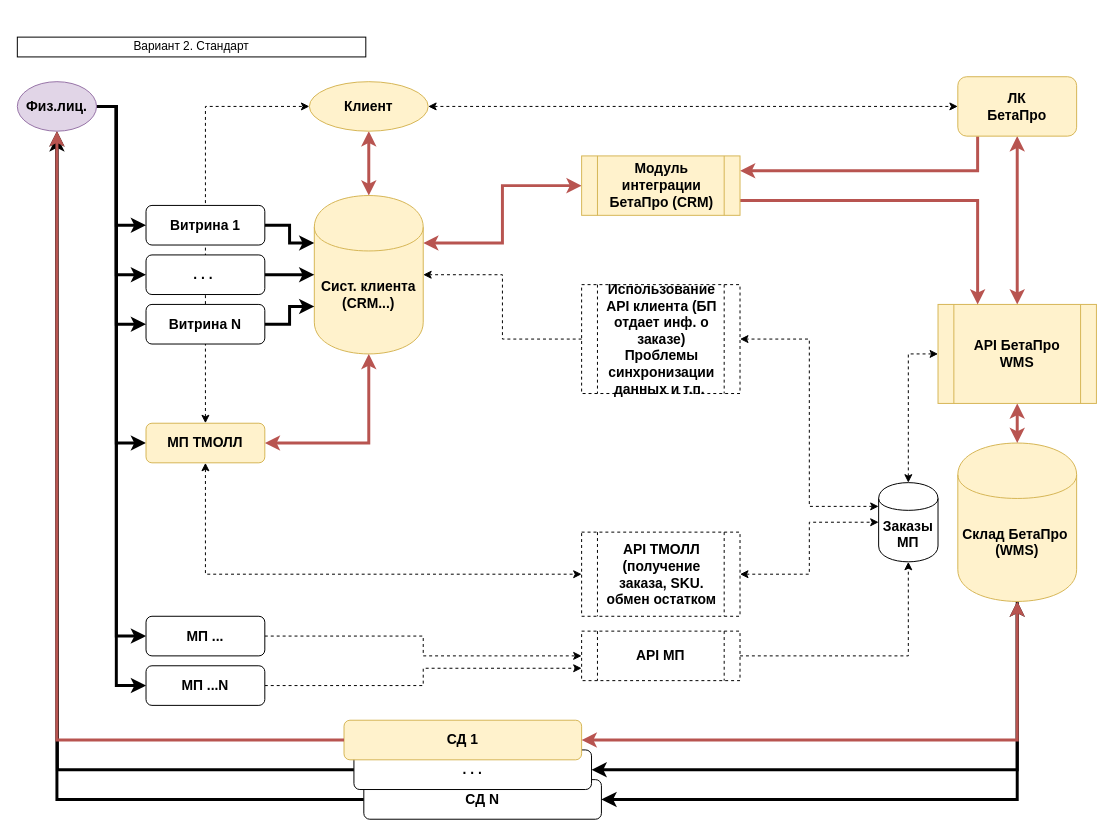
Earlier version of the draw.io diagram page "Ex_2" (2 of 5) of diag_1.drawio (BetaproRep/DOC_1). Source tidied: cells renumbered, new cells numbered last; positions are measured from the earlier drawing's top-left corner, leaving out a move shared by most shapes. Both pictures are drawn from the tidied source at 99%, with x=0, y=0 at pixel (17, 37).
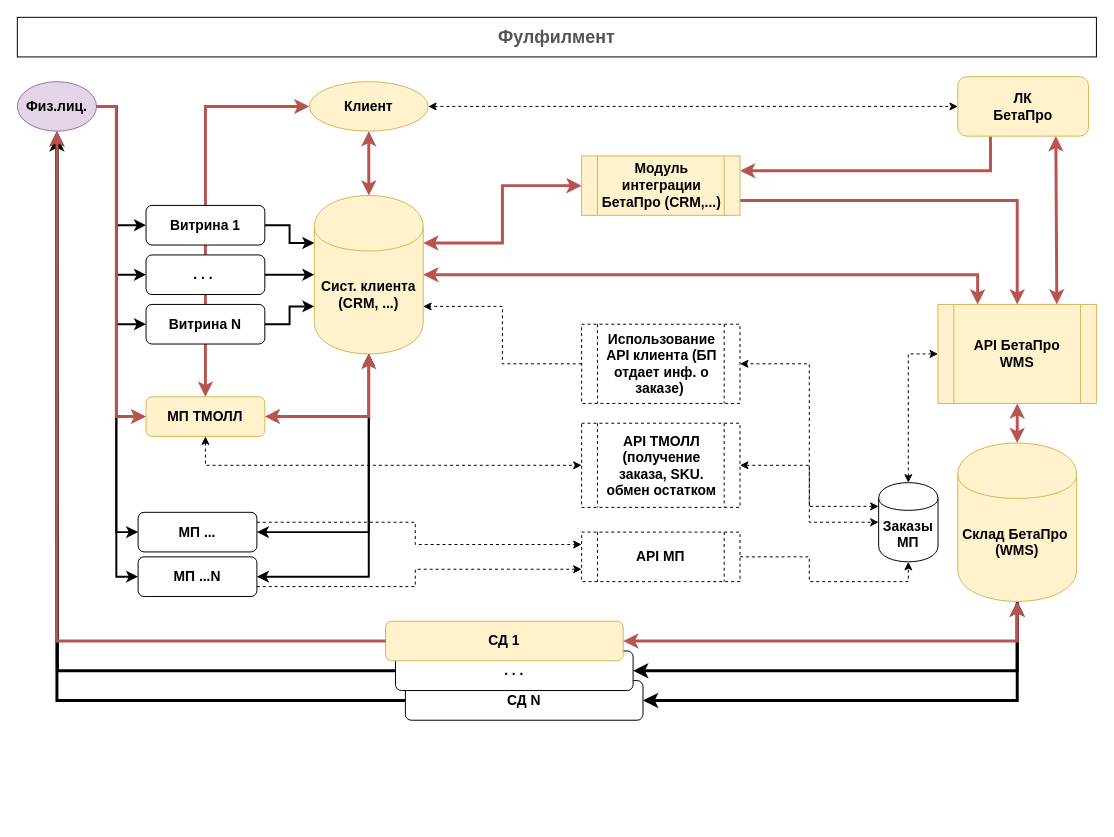
The same diagram, later.

The change refers to these unchanged cells:
```xml
<mxCell id="25" value="&lt;span style=&quot;font-size: 14px ; white-space: normal&quot;&gt;&lt;b&gt;API БетаПро &lt;br&gt;WMS&lt;/b&gt;&lt;/span&gt;" style="shape=process;whiteSpace=wrap;html=1;backgroundOutline=1;align=center;fillColor=#fff2cc;strokeColor=#d6b656;" parent="1" vertex="1">
  <mxGeometry x="930" y="270" width="160" height="100" as="geometry" />
</mxCell>
<mxCell id="40" value="&lt;b&gt;&lt;font style=&quot;font-size: 14px&quot;&gt;Клиент&lt;/font&gt;&lt;/b&gt;" style="ellipse;whiteSpace=wrap;html=1;fillColor=#fff2cc;strokeColor=#d6b656;" parent="1" vertex="1">
  <mxGeometry x="295" y="45" width="120" height="50" as="geometry" />
</mxCell>
<mxCell id="41" value="&lt;b&gt;&lt;font style=&quot;font-size: 14px&quot;&gt;Физ.лиц.&lt;/font&gt;&lt;/b&gt;" style="ellipse;whiteSpace=wrap;html=1;fillColor=#e1d5e7;strokeColor=#9673a6;" parent="1" vertex="1">
  <mxGeometry y="45" width="80" height="50" as="geometry" />
</mxCell>
<mxCell id="50" value="&lt;font style=&quot;font-size: 14px&quot;&gt;&lt;b&gt;. . .&amp;nbsp;&lt;/b&gt;&lt;/font&gt;" style="shape=ext;rounded=1;html=1;whiteSpace=wrap;" parent="1" vertex="1">
  <mxGeometry x="130" y="220" width="120" height="40" as="geometry" />
</mxCell>
<mxCell id="51" value="&lt;font style=&quot;font-size: 14px&quot;&gt;&lt;b&gt;Витрина 1&lt;/b&gt;&lt;/font&gt;" style="shape=ext;rounded=1;html=1;whiteSpace=wrap;" parent="1" vertex="1">
  <mxGeometry x="130" y="170" width="120" height="40" as="geometry" />
</mxCell>
```

What changed in the source:
```diff
@@
+    <mxCell id="22" style="edgeStyle=orthogonalEdgeStyle;rounded=0;jettySize=auto;html=1;exitX=0.5;exitY=0;exitDx=0;exitDy=0;entryX=0;entryY=0.5;entryDx=0;entryDy=0;startArrow=classic;startFill=1;endArrow=classic;endFill=1;strokeWidth=3;fillColor=#f8cecc;strokeColor=#b85450;" parent="1" edge="1" source="23" target="40">
+      <mxGeometry relative="1" as="geometry" />
+    </mxCell>
-    <mxCell id="2" style="edgeStyle=orthogonalEdgeStyle;rounded=0;jettySize=auto;html=1;exitX=1;exitY=0.5;exitDx=0;exitDy=0;entryX=0;entryY=0.5;entryDx=0;entryDy=0;strokeWidth=3;" parent="1" edge="1" source="41" target="51">
+    <mxCell id="2" style="edgeStyle=orthogonalEdgeStyle;rounded=0;jettySize=auto;html=1;exitX=1;exitY=0.5;exitDx=0;exitDy=0;entryX=0;entryY=0.5;entryDx=0;entryDy=0;strokeWidth=2;" parent="1" edge="1" source="41" target="51">
       <mxGeometry relative="1" as="geometry">
         <Array as="points">
           <mxPoint x="100" y="70" />
           <mxPoint x="100" y="190" />
         </Array>
       </mxGeometry>
     </mxCell>
-    <mxCell id="3" style="edgeStyle=orthogonalEdgeStyle;rounded=0;jettySize=auto;html=1;exitX=1;exitY=0.5;exitDx=0;exitDy=0;entryX=0;entryY=0.5;entryDx=0;entryDy=0;strokeWidth=3;" parent="1" edge="1" source="41" target="50">
+    <mxCell id="3" style="edgeStyle=orthogonalEdgeStyle;rounded=0;jettySize=auto;html=1;exitX=1;exitY=0.5;exitDx=0;exitDy=0;entryX=0;entryY=0.5;entryDx=0;entryDy=0;strokeWidth=2;" parent="1" edge="1" source="41" target="50">
       <mxGeometry relative="1" as="geometry">
         <Array as="points">
           <mxPoint x="100" y="70" />
           <mxPoint x="100" y="240" />
         </Array>
       </mxGeometry>
     </mxCell>
-    <mxCell id="4" style="edgeStyle=orthogonalEdgeStyle;rounded=0;jettySize=auto;html=1;exitX=1;exitY=0.5;exitDx=0;exitDy=0;entryX=0;entryY=0.5;entryDx=0;entryDy=0;strokeWidth=3;" parent="1" edge="1" source="41" target="23">
-      <mxGeometry relative="1" as="geometry">
-        <Array as="points">
-          <mxPoint x="100" y="70" />
-          <mxPoint x="100" y="410" />
-        </Array>
-      </mxGeometry>
-    </mxCell>
-    <mxCell id="5" style="edgeStyle=orthogonalEdgeStyle;rounded=0;jettySize=auto;html=1;exitX=1;exitY=0.5;exitDx=0;exitDy=0;entryX=0;entryY=0.5;entryDx=0;entryDy=0;startArrow=none;startFill=0;endArrow=classic;endFill=1;strokeWidth=3;" parent="1" edge="1" source="41" target="27">
+    <mxCell id="5" style="edgeStyle=orthogonalEdgeStyle;rounded=0;jettySize=auto;html=1;exitX=1;exitY=0.5;exitDx=0;exitDy=0;entryX=0;entryY=0.5;entryDx=0;entryDy=0;startArrow=none;startFill=0;endArrow=classic;endFill=1;strokeWidth=2;" parent="1" edge="1" source="41" target="27">
       <mxGeometry relative="1" as="geometry">
         <Array as="points">
           <mxPoint x="100" y="70" />
           <mxPoint x="100" y="290" />
         </Array>
       </mxGeometry>
     </mxCell>
-    <mxCell id="6" style="edgeStyle=orthogonalEdgeStyle;rounded=0;jettySize=auto;html=1;exitX=1;exitY=0.5;exitDx=0;exitDy=0;entryX=0;entryY=0.5;entryDx=0;entryDy=0;startArrow=none;startFill=0;endArrow=classic;endFill=1;strokeWidth=3;" parent="1" edge="1" source="41" target="29">
+    <mxCell id="6" style="edgeStyle=orthogonalEdgeStyle;rounded=0;jettySize=auto;html=1;exitX=1;exitY=0.5;exitDx=0;exitDy=0;entryX=0;entryY=0.5;entryDx=0;entryDy=0;startArrow=none;startFill=0;endArrow=classic;endFill=1;strokeWidth=2;" parent="1" edge="1" source="41" target="29">
       <mxGeometry relative="1" as="geometry">
         <Array as="points">
           <mxPoint x="100" y="70" />
-          <mxPoint x="100" y="605" />
+          <mxPoint x="100" y="500" />
         </Array>
       </mxGeometry>
     </mxCell>
-    <mxCell id="7" style="edgeStyle=orthogonalEdgeStyle;rounded=0;jettySize=auto;html=1;exitX=1;exitY=0.5;exitDx=0;exitDy=0;entryX=0;entryY=0.5;entryDx=0;entryDy=0;startArrow=none;startFill=0;endArrow=classic;endFill=1;strokeWidth=3;" parent="1" edge="1" source="41" target="31">
+    <mxCell id="7" style="edgeStyle=orthogonalEdgeStyle;rounded=0;jettySize=auto;html=1;exitX=1;exitY=0.5;exitDx=0;exitDy=0;entryX=0;entryY=0.5;entryDx=0;entryDy=0;startArrow=none;startFill=0;endArrow=classic;endFill=1;strokeWidth=2;" parent="1" edge="1" source="41" target="31">
       <mxGeometry relative="1" as="geometry">
         <Array as="points">
           <mxPoint x="100" y="70" />
-          <mxPoint x="100" y="655" />
+          <mxPoint x="100" y="545" />
         </Array>
       </mxGeometry>
     </mxCell>
-    <mxCell id="8" style="edgeStyle=orthogonalEdgeStyle;rounded=0;jettySize=auto;html=1;exitX=1;exitY=0.5;exitDx=0;exitDy=0;entryX=0;entryY=0.3;entryDx=0;entryDy=0;strokeWidth=3;" parent="1" edge="1" source="51" target="10">
+    <mxCell id="8" style="edgeStyle=orthogonalEdgeStyle;rounded=0;jettySize=auto;html=1;exitX=1;exitY=0.5;exitDx=0;exitDy=0;entryX=0;entryY=0.3;entryDx=0;entryDy=0;strokeWidth=2;" parent="1" edge="1" source="51" target="10">
       <mxGeometry relative="1" as="geometry" />
     </mxCell>
@@
+    <mxCell id="55" style="edgeStyle=orthogonalEdgeStyle;rounded=0;jettySize=auto;html=1;exitX=1;exitY=0.5;exitDx=0;exitDy=0;entryX=0.25;entryY=0;entryDx=0;entryDy=0;startArrow=classic;startFill=1;endArrow=classic;endFill=1;strokeWidth=3;fillColor=#f8cecc;strokeColor=#b85450;" parent="1" edge="1" source="10" target="25">
+      <mxGeometry relative="1" as="geometry" />
+    </mxCell>
-    <mxCell id="10" value="&lt;font style=&quot;font-size: 14px&quot;&gt;&lt;b&gt;Сист. клиента (CRM...)&lt;/b&gt;&lt;/font&gt;" style="shape=cylinder;whiteSpace=wrap;html=1;boundedLbl=1;backgroundOutline=1;fillColor=#fff2cc;strokeColor=#d6b656;" parent="1" vertex="1">
+    <mxCell id="10" value="&lt;font style=&quot;font-size: 14px&quot;&gt;&lt;b&gt;Сист. клиента (CRM, ...)&lt;br&gt;&lt;/b&gt;&lt;/font&gt;" style="shape=cylinder;whiteSpace=wrap;html=1;boundedLbl=1;backgroundOutline=1;fillColor=#fff2cc;strokeColor=#d6b656;" parent="1" vertex="1">
       <mxGeometry x="300" y="160" width="110" height="160" as="geometry" />
     </mxCell>
@@
     <mxCell id="12" value="&lt;font style=&quot;font-size: 14px&quot;&gt;&lt;b&gt;СД N&lt;/b&gt;&lt;/font&gt;" style="html=1;whiteSpace=wrap;rounded=1;" parent="1" vertex="1">
-      <mxGeometry x="350" y="750" width="240" height="40" as="geometry" />
+      <mxGeometry x="392" y="650" width="240" height="40" as="geometry" />
     </mxCell>
-    <mxCell id="13" style="edgeStyle=orthogonalEdgeStyle;rounded=0;jettySize=auto;html=1;exitX=0.5;exitY=0;exitDx=0;exitDy=0;entryX=0.5;entryY=1;entryDx=0;entryDy=0;endArrow=classic;endFill=1;startArrow=classic;startFill=1;strokeWidth=3;fillColor=#f8cecc;strokeColor=#b85450;" parent="1" edge="1" source="25" target="18">
-      <mxGeometry relative="1" as="geometry" />
+    <mxCell id="13" style="edgeStyle=orthogonalEdgeStyle;rounded=0;jettySize=auto;html=1;exitX=0.75;exitY=0;exitDx=0;exitDy=0;entryX=0.75;entryY=1;entryDx=0;entryDy=0;endArrow=classic;endFill=1;startArrow=classic;startFill=1;strokeWidth=3;fillColor=#f8cecc;strokeColor=#b85450;" parent="1" edge="1" source="25" target="18">
+      <mxGeometry relative="1" as="geometry">
+        <Array as="points">
+          <mxPoint x="1050" y="100" />
+        </Array>
+      </mxGeometry>
     </mxCell>
@@
-    <mxCell id="17" style="edgeStyle=orthogonalEdgeStyle;rounded=0;jettySize=auto;html=1;entryX=1;entryY=0.25;entryDx=0;entryDy=0;startArrow=none;startFill=0;strokeColor=#b85450;strokeWidth=3;fillColor=#f8cecc;" parent="1" edge="1" source="18" target="33">
+    <mxCell id="17" style="edgeStyle=orthogonalEdgeStyle;rounded=0;jettySize=auto;html=1;entryX=1;entryY=0.25;entryDx=0;entryDy=0;startArrow=none;startFill=0;strokeColor=#b85450;strokeWidth=3;fillColor=#f8cecc;exitX=0.25;exitY=1;exitDx=0;exitDy=0;" parent="1" edge="1" source="18" target="33">
       <mxGeometry relative="1" as="geometry">
         <Array as="points">
-          <mxPoint x="970" y="135" />
+          <mxPoint x="983" y="135" />
         </Array>
       </mxGeometry>
     </mxCell>
     <mxCell id="18" value="&lt;b&gt;&lt;font style=&quot;font-size: 14px&quot;&gt;ЛК &lt;br&gt;БетаПро&lt;/font&gt;&lt;/b&gt;" style="rounded=1;whiteSpace=wrap;html=1;fillColor=#fff2cc;strokeColor=#d6b656;" parent="1" vertex="1">
-      <mxGeometry x="950" y="40" width="120" height="60" as="geometry" />
+      <mxGeometry x="950" y="40" width="132" height="60" as="geometry" />
     </mxCell>
-    <mxCell id="19" style="edgeStyle=orthogonalEdgeStyle;rounded=0;jettySize=auto;html=1;exitX=1;exitY=0.5;exitDx=0;exitDy=0;strokeWidth=3;" parent="1" edge="1" source="50" target="10">
+    <mxCell id="19" style="edgeStyle=orthogonalEdgeStyle;rounded=0;jettySize=auto;html=1;exitX=1;exitY=0.5;exitDx=0;exitDy=0;strokeWidth=2;" parent="1" edge="1" source="50" target="10">
       <mxGeometry relative="1" as="geometry" />
     </mxCell>
-    <mxCell id="20" style="edgeStyle=orthogonalEdgeStyle;rounded=0;jettySize=auto;html=1;exitX=1;exitY=0.5;exitDx=0;exitDy=0;entryX=0.5;entryY=1;entryDx=0;entryDy=0;startArrow=classic;startFill=1;endArrow=classic;endFill=1;strokeWidth=3;fillColor=#f8cecc;strokeColor=#b85450;" parent="1" edge="1" source="23" target="10">
-      <mxGeometry relative="1" as="geometry" />
-    </mxCell>
     <mxCell id="21" style="edgeStyle=orthogonalEdgeStyle;rounded=0;jettySize=auto;html=1;entryX=0;entryY=0.5;entryDx=0;entryDy=0;startArrow=classic;startFill=1;dashed=1;exitX=0.5;exitY=1;exitDx=0;exitDy=0;" parent="1" edge="1" source="23" target="37">
       <mxGeometry relative="1" as="geometry">
         <Array as="points">
-          <mxPoint x="190" y="542" />
+          <mxPoint x="190" y="432" />
         </Array>
       </mxGeometry>
     </mxCell>
-    <mxCell id="22" style="edgeStyle=orthogonalEdgeStyle;rounded=0;jettySize=auto;html=1;exitX=0.5;exitY=0;exitDx=0;exitDy=0;entryX=0;entryY=0.5;entryDx=0;entryDy=0;startArrow=classic;startFill=1;strokeColor=#000000;strokeWidth=1;fillColor=#f8cecc;dashed=1;" parent="1" edge="1" source="23" target="40">
-      <mxGeometry relative="1" as="geometry" />
-    </mxCell>
-    <mxCell id="23" value="&lt;b&gt;&lt;font style=&quot;font-size: 14px&quot;&gt;МП ТМОЛЛ&lt;/font&gt;&lt;/b&gt;" style="shape=ext;rounded=1;html=1;whiteSpace=wrap;fillColor=#fff2cc;strokeColor=#d6b656;" parent="1" vertex="1">
-      <mxGeometry x="130" y="390" width="120" height="40" as="geometry" />
-    </mxCell>
@@
-    <mxCell id="26" style="edgeStyle=orthogonalEdgeStyle;rounded=0;jettySize=auto;html=1;exitX=1;exitY=0.5;exitDx=0;exitDy=0;entryX=0;entryY=0.7;entryDx=0;entryDy=0;startArrow=none;startFill=0;endArrow=classic;endFill=1;strokeWidth=3;" parent="1" edge="1" source="27" target="10">
+    <mxCell id="26" style="edgeStyle=orthogonalEdgeStyle;rounded=0;jettySize=auto;html=1;exitX=1;exitY=0.5;exitDx=0;exitDy=0;entryX=0;entryY=0.7;entryDx=0;entryDy=0;startArrow=none;startFill=0;endArrow=classic;endFill=1;strokeWidth=2;" parent="1" edge="1" source="27" target="10">
       <mxGeometry relative="1" as="geometry" />
     </mxCell>
-    <mxCell id="27" value="&lt;font style=&quot;font-size: 14px&quot;&gt;&lt;b&gt;Витрина N&lt;/b&gt;&lt;/font&gt;" style="shape=ext;rounded=1;html=1;whiteSpace=wrap;" parent="1" vertex="1">
-      <mxGeometry x="130" y="270" width="120" height="40" as="geometry" />
-    </mxCell>
-    <mxCell id="28" style="edgeStyle=orthogonalEdgeStyle;rounded=0;jettySize=auto;html=1;exitX=1;exitY=0.5;exitDx=0;exitDy=0;entryX=0;entryY=0.5;entryDx=0;entryDy=0;startArrow=none;startFill=0;endArrow=classic;endFill=1;strokeWidth=1;dashed=1;" parent="1" edge="1" source="29" target="48">
-      <mxGeometry relative="1" as="geometry" />
+    <mxCell id="28" style="edgeStyle=orthogonalEdgeStyle;rounded=0;jettySize=auto;html=1;exitX=1;exitY=0.25;exitDx=0;exitDy=0;entryX=0;entryY=0.25;entryDx=0;entryDy=0;startArrow=none;startFill=0;endArrow=classic;endFill=1;strokeWidth=1;dashed=1;" parent="1" edge="1" source="29" target="48">
+      <mxGeometry relative="1" as="geometry">
+        <Array as="points">
+          <mxPoint x="402" y="490" />
+          <mxPoint x="402" y="513" />
+        </Array>
+      </mxGeometry>
     </mxCell>
+    <mxCell id="56" style="edgeStyle=orthogonalEdgeStyle;rounded=0;jettySize=auto;html=1;exitX=1;exitY=0.5;exitDx=0;exitDy=0;entryX=0.5;entryY=1;entryDx=0;entryDy=0;startArrow=classic;startFill=1;endArrow=classic;endFill=1;fillColor=#f8cecc;strokeColor=#000000;strokeWidth=2;" parent="1" edge="1" source="29" target="10">
+      <mxGeometry relative="1" as="geometry" />
+    </mxCell>
     <mxCell id="29" value="&lt;b&gt;&lt;font style=&quot;font-size: 14px&quot;&gt;МП ...&lt;/font&gt;&lt;/b&gt;" style="shape=ext;rounded=1;html=1;whiteSpace=wrap;" parent="1" vertex="1">
-      <mxGeometry x="130" y="585" width="120" height="40" as="geometry" />
+      <mxGeometry x="122" y="480" width="120" height="40" as="geometry" />
     </mxCell>
-    <mxCell id="30" style="edgeStyle=orthogonalEdgeStyle;rounded=0;jettySize=auto;html=1;exitX=1;exitY=0.5;exitDx=0;exitDy=0;entryX=0;entryY=0.75;entryDx=0;entryDy=0;startArrow=none;startFill=0;endArrow=classic;endFill=1;strokeWidth=1;dashed=1;" parent="1" edge="1" source="31" target="48">
-      <mxGeometry relative="1" as="geometry" />
+    <mxCell id="30" style="edgeStyle=orthogonalEdgeStyle;rounded=0;jettySize=auto;html=1;exitX=1;exitY=0.75;exitDx=0;exitDy=0;startArrow=none;startFill=0;endArrow=classic;endFill=1;strokeWidth=1;dashed=1;entryX=0;entryY=0.75;entryDx=0;entryDy=0;" parent="1" edge="1" source="31" target="48">
+      <mxGeometry relative="1" as="geometry">
+        <Array as="points">
+          <mxPoint x="402" y="555" />
+          <mxPoint x="402" y="537" />
+        </Array>
+      </mxGeometry>
     </mxCell>
+    <mxCell id="57" style="edgeStyle=orthogonalEdgeStyle;rounded=0;jettySize=auto;html=1;exitX=1;exitY=0.5;exitDx=0;exitDy=0;entryX=0.5;entryY=1;entryDx=0;entryDy=0;startArrow=classic;startFill=1;endArrow=classic;endFill=1;strokeWidth=2;fillColor=#f8cecc;strokeColor=#000000;" parent="1" edge="1" source="31" target="10">
+      <mxGeometry relative="1" as="geometry" />
+    </mxCell>
     <mxCell id="31" value="&lt;b&gt;&lt;font style=&quot;font-size: 14px&quot;&gt;МП ...N&lt;/font&gt;&lt;/b&gt;" style="shape=ext;rounded=1;html=1;whiteSpace=wrap;" parent="1" vertex="1">
-      <mxGeometry x="130" y="635" width="120" height="40" as="geometry" />
+      <mxGeometry x="122" y="525" width="120" height="40" as="geometry" />
     </mxCell>
-    <mxCell id="32" style="edgeStyle=orthogonalEdgeStyle;rounded=0;jettySize=auto;html=1;exitX=1;exitY=0.75;exitDx=0;exitDy=0;entryX=0.25;entryY=0;entryDx=0;entryDy=0;startArrow=none;startFill=0;endArrow=classic;endFill=1;strokeWidth=3;fillColor=#f8cecc;strokeColor=#b85450;" parent="1" edge="1" source="33" target="25">
+    <mxCell id="32" style="edgeStyle=orthogonalEdgeStyle;rounded=0;jettySize=auto;html=1;exitX=1;exitY=0.75;exitDx=0;exitDy=0;entryX=0.5;entryY=0;entryDx=0;entryDy=0;startArrow=none;startFill=0;endArrow=classic;endFill=1;strokeWidth=3;fillColor=#f8cecc;strokeColor=#b85450;" parent="1" edge="1" source="33" target="25">
       <mxGeometry relative="1" as="geometry">
         <Array as="points">
-          <mxPoint x="970" y="165" />
+          <mxPoint x="1010" y="165" />
         </Array>
       </mxGeometry>
     </mxCell>
-    <mxCell id="33" value="&lt;div style=&quot;text-align: center&quot;&gt;&lt;span style=&quot;font-size: 14px&quot;&gt;&lt;b&gt;Модуль интеграции БетаПро (CRM)&lt;/b&gt;&lt;/span&gt;&lt;/div&gt;" style="shape=process;whiteSpace=wrap;html=1;backgroundOutline=1;align=left;fillColor=#fff2cc;strokeColor=#d6b656;" parent="1" vertex="1">
+    <mxCell id="33" value="&lt;div style=&quot;text-align: center&quot;&gt;&lt;span style=&quot;font-size: 14px&quot;&gt;&lt;b&gt;Модуль интеграции БетаПро (CRM,...)&lt;/b&gt;&lt;/span&gt;&lt;/div&gt;" style="shape=process;whiteSpace=wrap;html=1;backgroundOutline=1;align=left;fillColor=#fff2cc;strokeColor=#d6b656;" parent="1" vertex="1">
       <mxGeometry x="570" y="120" width="160" height="60" as="geometry" />
     </mxCell>
-    <mxCell id="34" value="&lt;div style=&quot;text-align: center&quot;&gt;&lt;span style=&quot;font-size: 14px&quot;&gt;&lt;b&gt;Использование API клиента (БП отдает инф. о заказе) Проблемы синхронизации данных и т.п.&amp;nbsp;&lt;/b&gt;&lt;/span&gt;&lt;/div&gt;" style="shape=process;whiteSpace=wrap;html=1;backgroundOutline=1;align=left;dashed=1;" parent="1" vertex="1">
-      <mxGeometry x="570" y="250" width="160" height="110" as="geometry" />
+    <mxCell id="34" value="&lt;div style=&quot;text-align: center&quot;&gt;&lt;span style=&quot;font-size: 14px&quot;&gt;&lt;b&gt;Использование API клиента (БП отдает инф. о заказе)&amp;nbsp;&lt;/b&gt;&lt;/span&gt;&lt;/div&gt;" style="shape=process;whiteSpace=wrap;html=1;backgroundOutline=1;align=left;dashed=1;" parent="1" vertex="1">
+      <mxGeometry x="570" y="290" width="160" height="80" as="geometry" />
     </mxCell>
-    <mxCell id="35" style="edgeStyle=orthogonalEdgeStyle;rounded=0;jettySize=auto;html=1;entryX=1;entryY=0.5;entryDx=0;entryDy=0;startArrow=none;startFill=0;endArrow=classic;endFill=1;strokeWidth=1;dashed=1;exitX=0;exitY=0.5;exitDx=0;exitDy=0;" parent="1" edge="1" source="34" target="10">
+    <mxCell id="35" style="edgeStyle=orthogonalEdgeStyle;rounded=0;jettySize=auto;html=1;entryX=1;entryY=0.7;entryDx=0;entryDy=0;startArrow=none;startFill=0;endArrow=classic;endFill=1;strokeWidth=1;dashed=1;exitX=0;exitY=0.5;exitDx=0;exitDy=0;" parent="1" edge="1" source="34" target="10">
       <mxGeometry relative="1" as="geometry" />
     </mxCell>
@@
     <mxCell id="37" value="&lt;div style=&quot;text-align: center&quot;&gt;&lt;span style=&quot;font-size: 14px&quot;&gt;&lt;b&gt;API ТМОЛЛ (получение заказа, SKU. обмен остатком&lt;/b&gt;&lt;/span&gt;&lt;/div&gt;" style="shape=process;whiteSpace=wrap;html=1;backgroundOutline=1;align=left;dashed=1;" parent="1" vertex="1">
-      <mxGeometry x="570" y="500" width="160" height="85" as="geometry" />
+      <mxGeometry x="570" y="390" width="160" height="85" as="geometry" />
     </mxCell>
@@
     <mxCell id="46" value="&lt;span style=&quot;font-size: 14px&quot;&gt;&lt;b&gt;. . .&lt;/b&gt;&lt;/span&gt;" style="html=1;whiteSpace=wrap;rounded=1;" parent="1" vertex="1">
-      <mxGeometry x="340" y="720" width="240" height="40" as="geometry" />
+      <mxGeometry x="382" y="620" width="240" height="40" as="geometry" />
     </mxCell>
@@
     <mxCell id="48" value="&lt;div&gt;&lt;span style=&quot;font-size: 14px&quot;&gt;&lt;b&gt;API МП&lt;/b&gt;&lt;/span&gt;&lt;/div&gt;" style="shape=process;whiteSpace=wrap;html=1;backgroundOutline=1;align=center;dashed=1;" parent="1" vertex="1">
-      <mxGeometry x="570" y="600" width="160" height="50" as="geometry" />
+      <mxGeometry x="570" y="500" width="160" height="50" as="geometry" />
     </mxCell>
     <mxCell id="49" value="&lt;font style=&quot;font-size: 14px&quot;&gt;&lt;b&gt;СД 1&lt;/b&gt;&lt;/font&gt;" style="html=1;whiteSpace=wrap;rounded=1;fillColor=#fff2cc;strokeColor=#d6b656;" parent="1" vertex="1">
-      <mxGeometry x="330" y="690" width="240" height="40" as="geometry" />
+      <mxGeometry x="372" y="590" width="240" height="40" as="geometry" />
     </mxCell>
@@
-    <mxCell id="54" value="Вариант 2. Стандарт" style="rounded=0;whiteSpace=wrap;html=1;" parent="1" vertex="1">
-      <mxGeometry width="352" height="20" as="geometry" />
+    <mxCell id="54" value="&lt;b style=&quot;color: rgb(82 , 86 , 90) ; font-family: &amp;#34;arial&amp;#34; , sans-serif ; text-align: left ; background-color: rgb(255 , 255 , 255)&quot;&gt;&lt;font style=&quot;font-size: 18px&quot;&gt;Фулфилмент&lt;/font&gt;&lt;/b&gt;" style="rounded=0;whiteSpace=wrap;html=1;gradientColor=#ffffff;" parent="1" vertex="1">
+      <mxGeometry y="-20" width="1090" height="40" as="geometry" />
     </mxCell>
+    <mxCell id="27" value="&lt;font style=&quot;font-size: 14px&quot;&gt;&lt;b&gt;Витрина N&lt;/b&gt;&lt;/font&gt;" style="shape=ext;rounded=1;html=1;whiteSpace=wrap;" parent="1" vertex="1">
+      <mxGeometry x="130" y="270" width="120" height="40" as="geometry" />
+    </mxCell>
+    <mxCell id="23" value="&lt;b&gt;&lt;font style=&quot;font-size: 14px&quot;&gt;МП ТМОЛЛ&lt;/font&gt;&lt;/b&gt;" style="shape=ext;rounded=1;html=1;whiteSpace=wrap;fillColor=#fff2cc;strokeColor=#d6b656;" parent="1" vertex="1">
+      <mxGeometry x="130" y="363.3" width="120" height="40" as="geometry" />
+    </mxCell>
+    <mxCell id="20" style="edgeStyle=orthogonalEdgeStyle;rounded=0;jettySize=auto;html=1;exitX=1;exitY=0.5;exitDx=0;exitDy=0;entryX=0.5;entryY=1;entryDx=0;entryDy=0;startArrow=classic;startFill=1;endArrow=classic;endFill=1;strokeWidth=3;fillColor=#f8cecc;strokeColor=#b85450;" parent="1" edge="1" source="23" target="10">
+      <mxGeometry relative="1" as="geometry" />
+    </mxCell>
+    <mxCell id="4" style="edgeStyle=orthogonalEdgeStyle;rounded=0;jettySize=auto;html=1;exitX=1;exitY=0.5;exitDx=0;exitDy=0;entryX=0;entryY=0.5;entryDx=0;entryDy=0;strokeWidth=3;fillColor=#f8cecc;strokeColor=#b85450;" parent="1" edge="1" source="41" target="23">
+      <mxGeometry relative="1" as="geometry">
+        <Array as="points">
+          <mxPoint x="100" y="70" />
+          <mxPoint x="100" y="384" />
+        </Array>
+      </mxGeometry>
+    </mxCell>
```
